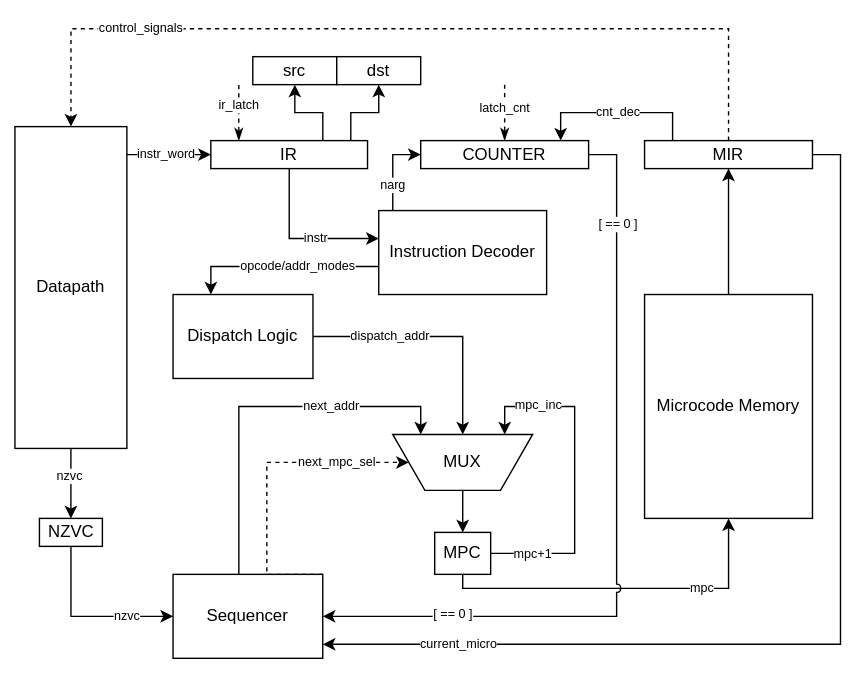
Before: scheme/csa_lab4_control_unit_scheme.svg, a diagram exported from draw.io (xtern0o/csa_lab4). Source tidied: cells renumbered, new cells last; positions are measured from the earlier drawing's top-left corner, leaving out a move shared by most shapes. The source it was exported from:
```xml
<mxGraphModel>
  <root>
    <mxCell id="0" />
    <mxCell id="1" parent="0" />
    <mxCell id="2" style="rounded=0;whiteSpace=wrap;html=1;fillColor=none;strokeColor=none;" parent="1" vertex="1">
      <mxGeometry width="610" height="480" as="geometry" />
    </mxCell>
    <mxCell id="3" style="edgeStyle=orthogonalEdgeStyle;rounded=0;jettySize=auto;html=1;" parent="1" edge="1" source="42" target="12">
      <mxGeometry relative="1" as="geometry">
        <Array as="points">
          <mxPoint x="206" y="170" />
        </Array>
      </mxGeometry>
    </mxCell>
    <mxCell id="4" value="instr" style="edgeLabel;html=1;align=center;verticalAlign=middle;fontSize=9;" parent="3" vertex="1">
      <mxGeometry x="0.2" relative="1" as="geometry" />
    </mxCell>
    <mxCell id="5" style="edgeStyle=orthogonalEdgeStyle;rounded=0;jettySize=auto;html=1;" parent="1" edge="1" source="7" target="32">
      <mxGeometry relative="1" as="geometry" />
    </mxCell>
    <mxCell id="6" value="nzvc" style="edgeLabel;html=1;align=center;verticalAlign=middle;fontSize=9;" parent="5" vertex="1">
      <mxGeometry x="-0.22" y="-1" relative="1" as="geometry" />
    </mxCell>
    <mxCell id="7" value="Datapath" style="rounded=0;whiteSpace=wrap;html=1;" parent="1" vertex="1">
      <mxGeometry x="10" y="90" width="80" height="230" as="geometry" />
    </mxCell>
    <mxCell id="8" style="edgeStyle=orthogonalEdgeStyle;rounded=0;jettySize=auto;html=1;" parent="1" edge="1" source="12" target="53">
      <mxGeometry relative="1" as="geometry">
        <Array as="points">
          <mxPoint x="150" y="190" />
        </Array>
      </mxGeometry>
    </mxCell>
    <mxCell id="9" value="opcode/addr_modes" style="edgeLabel;html=1;align=center;verticalAlign=middle;fontSize=9;" parent="8" vertex="1">
      <mxGeometry x="-0.17" relative="1" as="geometry" />
    </mxCell>
    <mxCell id="10" style="edgeStyle=orthogonalEdgeStyle;rounded=0;jettySize=auto;html=1;" parent="1" edge="1" source="12" target="46">
      <mxGeometry relative="1" as="geometry">
        <Array as="points">
          <mxPoint x="280" y="110" />
        </Array>
      </mxGeometry>
    </mxCell>
    <mxCell id="11" value="narg" style="edgeLabel;html=1;align=center;verticalAlign=middle;fontSize=9;" parent="10" vertex="1">
      <mxGeometry x="-0.47" y="1" relative="1" as="geometry">
        <mxPoint x="1" y="-2" as="offset" />
      </mxGeometry>
    </mxCell>
    <mxCell id="12" value="Instruction Decoder" style="rounded=0;whiteSpace=wrap;html=1;" parent="1" vertex="1">
      <mxGeometry x="270" y="150" width="120" height="60" as="geometry" />
    </mxCell>
    <mxCell id="13" style="edgeStyle=orthogonalEdgeStyle;rounded=0;jettySize=auto;html=1;" parent="1" edge="1" source="14" target="20">
      <mxGeometry relative="1" as="geometry" />
    </mxCell>
    <mxCell id="14" value="MUX" style="verticalLabelPosition=middle;verticalAlign=middle;html=1;shape=trapezoid;perimeter=trapezoidPerimeter;whiteSpace=wrap;size=0.23;arcSize=10;flipV=1;labelPosition=center;align=center;legacyAnchorPoints=0;direction=east;" parent="1" vertex="1">
      <mxGeometry x="280" y="310" width="100" height="40" as="geometry" />
    </mxCell>
    <mxCell id="15" style="edgeStyle=orthogonalEdgeStyle;rounded=0;jettySize=auto;html=1;" parent="1" edge="1" source="20" target="14">
      <mxGeometry relative="1" as="geometry">
        <Array as="points">
          <mxPoint x="410" y="395" />
          <mxPoint x="410" y="290" />
          <mxPoint x="360" y="290" />
        </Array>
      </mxGeometry>
    </mxCell>
    <mxCell id="16" value="mpc_inc" style="edgeLabel;html=1;align=center;verticalAlign=middle;fontSize=9;" parent="15" vertex="1">
      <mxGeometry x="0.65" relative="1" as="geometry">
        <mxPoint x="3" y="-1" as="offset" />
      </mxGeometry>
    </mxCell>
    <mxCell id="17" value="mpc+1" style="edgeLabel;html=1;align=center;verticalAlign=middle;fontSize=9;" parent="15" vertex="1">
      <mxGeometry x="-0.79" y="-1" relative="1" as="geometry">
        <mxPoint x="6" as="offset" />
      </mxGeometry>
    </mxCell>
    <mxCell id="18" style="edgeStyle=orthogonalEdgeStyle;rounded=0;jettySize=auto;html=1;" parent="1" edge="1" source="20" target="22">
      <mxGeometry relative="1" as="geometry">
        <Array as="points">
          <mxPoint x="330" y="420" />
          <mxPoint x="520" y="420" />
        </Array>
      </mxGeometry>
    </mxCell>
    <mxCell id="19" value="mpc" style="edgeLabel;html=1;align=center;verticalAlign=middle;fontSize=9;" parent="18" vertex="1">
      <mxGeometry relative="1" as="geometry">
        <mxPoint x="55" as="offset" />
      </mxGeometry>
    </mxCell>
    <mxCell id="20" value="MPC" style="rounded=0;whiteSpace=wrap;html=1;" parent="1" vertex="1">
      <mxGeometry x="310" y="380" width="40" height="30" as="geometry" />
    </mxCell>
    <mxCell id="21" style="edgeStyle=orthogonalEdgeStyle;rounded=0;jettySize=auto;html=1;" parent="1" edge="1" source="22" target="29">
      <mxGeometry relative="1" as="geometry" />
    </mxCell>
    <mxCell id="22" value="Microcode Memory" style="rounded=0;whiteSpace=wrap;html=1;" parent="1" vertex="1">
      <mxGeometry x="460" y="210" width="120" height="160" as="geometry" />
    </mxCell>
    <mxCell id="23" style="edgeStyle=orthogonalEdgeStyle;rounded=0;jettySize=auto;html=1;dashed=1;" parent="1" edge="1" source="29" target="7">
      <mxGeometry relative="1" as="geometry">
        <Array as="points">
          <mxPoint x="520" y="20" />
          <mxPoint x="50" y="20" />
        </Array>
      </mxGeometry>
    </mxCell>
    <mxCell id="24" value="control_signals" style="edgeLabel;html=1;align=center;verticalAlign=middle;fontSize=9;" parent="23" vertex="1">
      <mxGeometry x="0.77" relative="1" as="geometry">
        <mxPoint x="49" as="offset" />
      </mxGeometry>
    </mxCell>
    <mxCell id="25" style="edgeStyle=orthogonalEdgeStyle;rounded=0;jettySize=auto;html=1;" parent="1" edge="1" source="29" target="37">
      <mxGeometry relative="1" as="geometry">
        <Array as="points">
          <mxPoint x="600" y="110" />
          <mxPoint x="600" y="460" />
        </Array>
      </mxGeometry>
    </mxCell>
    <mxCell id="26" value="current_micro" style="edgeLabel;html=1;align=center;verticalAlign=middle;fontSize=9;" parent="25" vertex="1">
      <mxGeometry x="0.8" y="-1" relative="1" as="geometry">
        <mxPoint x="23" y="1" as="offset" />
      </mxGeometry>
    </mxCell>
    <mxCell id="27" style="edgeStyle=orthogonalEdgeStyle;rounded=0;jettySize=auto;html=1;" parent="1" edge="1" source="29" target="46">
      <mxGeometry relative="1" as="geometry">
        <Array as="points">
          <mxPoint x="480" y="80" />
          <mxPoint x="400" y="80" />
        </Array>
      </mxGeometry>
    </mxCell>
    <mxCell id="28" value="cnt_dec" style="edgeLabel;html=1;align=center;verticalAlign=middle;fontSize=9;" parent="27" vertex="1">
      <mxGeometry x="0.19" y="2" relative="1" as="geometry">
        <mxPoint x="12" y="-2" as="offset" />
      </mxGeometry>
    </mxCell>
    <mxCell id="29" value="MIR" style="rounded=0;whiteSpace=wrap;html=1;" parent="1" vertex="1">
      <mxGeometry x="460" y="100" width="120" height="20" as="geometry" />
    </mxCell>
    <mxCell id="30" style="edgeStyle=orthogonalEdgeStyle;rounded=0;jettySize=auto;html=1;" parent="1" edge="1" source="32" target="37">
      <mxGeometry relative="1" as="geometry">
        <Array as="points">
          <mxPoint x="50" y="440" />
        </Array>
      </mxGeometry>
    </mxCell>
    <mxCell id="31" value="nzvc" style="edgeLabel;html=1;align=center;verticalAlign=middle;fontSize=9;" parent="30" vertex="1">
      <mxGeometry x="0.59" y="2" relative="1" as="geometry">
        <mxPoint x="-8" y="2" as="offset" />
      </mxGeometry>
    </mxCell>
    <mxCell id="32" value="NZVC" style="rounded=0;whiteSpace=wrap;html=1;" parent="1" vertex="1">
      <mxGeometry x="27.5" y="370" width="45" height="20" as="geometry" />
    </mxCell>
    <mxCell id="33" style="edgeStyle=orthogonalEdgeStyle;rounded=0;jettySize=auto;html=1;" parent="1" edge="1" source="37" target="14">
      <mxGeometry relative="1" as="geometry">
        <Array as="points">
          <mxPoint x="170" y="290" />
          <mxPoint x="300" y="290" />
        </Array>
      </mxGeometry>
    </mxCell>
    <mxCell id="34" value="next_addr" style="edgeLabel;html=1;align=center;verticalAlign=middle;fontSize=9;" parent="33" vertex="1">
      <mxGeometry x="0.46" relative="1" as="geometry">
        <mxPoint x="-11" as="offset" />
      </mxGeometry>
    </mxCell>
    <mxCell id="35" style="edgeStyle=orthogonalEdgeStyle;rounded=0;jettySize=auto;html=1;dashed=1;" parent="1" edge="1" target="14">
      <mxGeometry relative="1" as="geometry">
        <mxPoint x="230" y="410" as="sourcePoint" />
        <Array as="points">
          <mxPoint x="190" y="410" />
          <mxPoint x="190" y="330" />
        </Array>
      </mxGeometry>
    </mxCell>
    <mxCell id="36" value="next_mpc_sel" style="edgeLabel;html=1;align=center;verticalAlign=middle;fontSize=9;" parent="35" vertex="1">
      <mxGeometry x="0.61" relative="1" as="geometry">
        <mxPoint x="-8" as="offset" />
      </mxGeometry>
    </mxCell>
    <mxCell id="37" value="Sequencer" style="rounded=0;whiteSpace=wrap;html=1;" parent="1" vertex="1">
      <mxGeometry x="123" y="410" width="107" height="60" as="geometry" />
    </mxCell>
    <mxCell id="38" style="edgeStyle=orthogonalEdgeStyle;rounded=0;jettySize=auto;html=1;" parent="1" edge="1" source="7" target="42">
      <mxGeometry relative="1" as="geometry">
        <Array as="points">
          <mxPoint x="130" y="110" />
          <mxPoint x="130" y="110" />
        </Array>
      </mxGeometry>
    </mxCell>
    <mxCell id="39" value="instr_word" style="edgeLabel;html=1;align=center;verticalAlign=middle;fontSize=9;" parent="38" vertex="1">
      <mxGeometry x="-0.07" relative="1" as="geometry" />
    </mxCell>
    <mxCell id="40" style="edgeStyle=orthogonalEdgeStyle;rounded=0;jettySize=auto;html=1;" parent="1" edge="1" source="42" target="54">
      <mxGeometry relative="1" as="geometry">
        <Array as="points">
          <mxPoint x="230" y="80" />
          <mxPoint x="210" y="80" />
        </Array>
      </mxGeometry>
    </mxCell>
    <mxCell id="41" style="edgeStyle=orthogonalEdgeStyle;rounded=0;jettySize=auto;html=1;" parent="1" edge="1" source="42" target="55">
      <mxGeometry relative="1" as="geometry">
        <Array as="points">
          <mxPoint x="250" y="80" />
          <mxPoint x="270" y="80" />
        </Array>
      </mxGeometry>
    </mxCell>
    <mxCell id="42" value="IR" style="rounded=0;whiteSpace=wrap;html=1;" parent="1" vertex="1">
      <mxGeometry x="150" y="100" width="112" height="20" as="geometry" />
    </mxCell>
    <mxCell id="43" style="edgeStyle=orthogonalEdgeStyle;rounded=0;jettySize=auto;html=1;jumpStyle=arc;" parent="1" edge="1" source="46" target="37">
      <mxGeometry relative="1" as="geometry">
        <Array as="points">
          <mxPoint x="440" y="110" />
          <mxPoint x="440" y="440" />
        </Array>
      </mxGeometry>
    </mxCell>
    <mxCell id="44" value="[ == 0 ]" style="edgeLabel;html=1;align=center;verticalAlign=middle;fontSize=9;" parent="43" vertex="1">
      <mxGeometry x="0.67" y="-1" relative="1" as="geometry" />
    </mxCell>
    <mxCell id="45" value="[ == 0 ]" style="edgeLabel;html=1;align=center;verticalAlign=middle;fontSize=9;" parent="43" vertex="1">
      <mxGeometry x="-0.75" y="1" relative="1" as="geometry" />
    </mxCell>
    <mxCell id="46" value="COUNTER" style="rounded=0;whiteSpace=wrap;html=1;" parent="1" vertex="1">
      <mxGeometry x="300" y="100" width="120" height="20" as="geometry" />
    </mxCell>
    <mxCell id="47" style="endArrow=classicThin;html=1;rounded=0;dashed=1;endFill=1;" parent="1" edge="1">
      <mxGeometry relative="1" as="geometry">
        <mxPoint x="360" y="60" as="sourcePoint" />
        <mxPoint x="360" y="100" as="targetPoint" />
      </mxGeometry>
    </mxCell>
    <mxCell id="48" value="latch_cnt" style="edgeLabel;html=1;align=center;verticalAlign=middle;fontSize=9;" parent="47" vertex="1">
      <mxGeometry x="-0.3" y="1" relative="1" as="geometry">
        <mxPoint x="-1" y="3" as="offset" />
      </mxGeometry>
    </mxCell>
    <mxCell id="49" style="endArrow=classicThin;html=1;rounded=0;dashed=1;endFill=1;" parent="1" edge="1">
      <mxGeometry relative="1" as="geometry">
        <mxPoint x="170" y="60.2" as="sourcePoint" />
        <mxPoint x="170" y="100" as="targetPoint" />
      </mxGeometry>
    </mxCell>
    <mxCell id="50" value="ir_latch" style="edgeLabel;html=1;align=center;verticalAlign=middle;fontSize=9;" parent="49" vertex="1">
      <mxGeometry x="-0.3" y="1" relative="1" as="geometry">
        <mxPoint x="-1" y="1" as="offset" />
      </mxGeometry>
    </mxCell>
    <mxCell id="51" style="edgeStyle=orthogonalEdgeStyle;rounded=0;jettySize=auto;html=1;" parent="1" edge="1" source="53" target="14">
      <mxGeometry relative="1" as="geometry">
        <Array as="points">
          <mxPoint x="330" y="240" />
        </Array>
      </mxGeometry>
    </mxCell>
    <mxCell id="52" value="dispatch_addr" style="edgeLabel;html=1;align=center;verticalAlign=middle;fontSize=9;" parent="51" vertex="1">
      <mxGeometry x="-0.52" relative="1" as="geometry">
        <mxPoint x="12" as="offset" />
      </mxGeometry>
    </mxCell>
    <mxCell id="53" value="Dispatch Logic" style="rounded=0;whiteSpace=wrap;html=1;" parent="1" vertex="1">
      <mxGeometry x="123" y="210" width="100" height="60" as="geometry" />
    </mxCell>
    <mxCell id="54" value="src" style="rounded=0;whiteSpace=wrap;html=1;" parent="1" vertex="1">
      <mxGeometry x="180" y="40" width="60" height="20" as="geometry" />
    </mxCell>
    <mxCell id="55" value="dst" style="rounded=0;whiteSpace=wrap;html=1;" parent="1" vertex="1">
      <mxGeometry x="240" y="40" width="60" height="20" as="geometry" />
    </mxCell>
  </root>
</mxGraphModel>
```
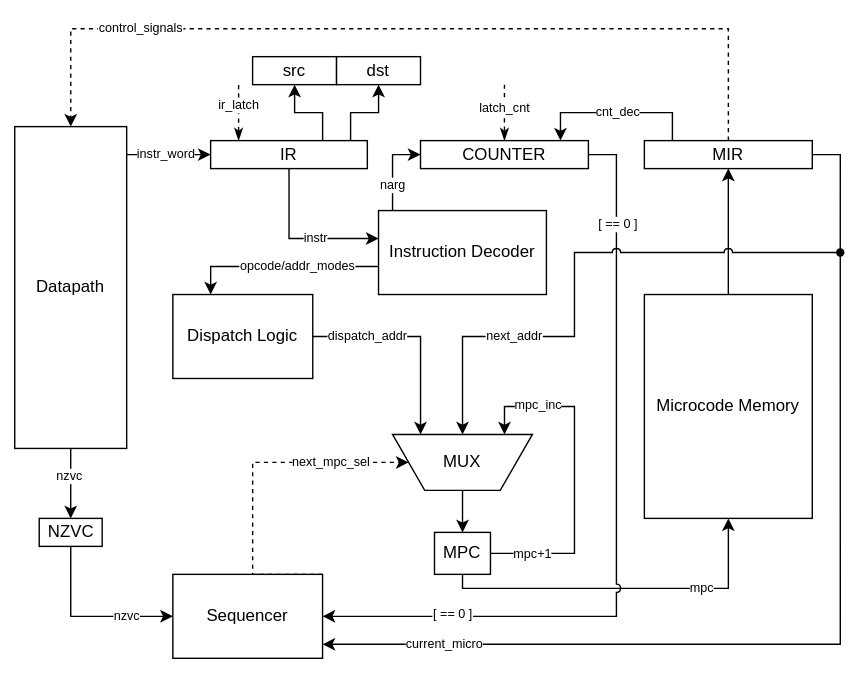
After the commit.

Commit message:
[feat] control unit scheme update

What changed in the source:
```diff
@@ -109,10 +109,9 @@
         <mxPoint x="49" as="offset" />
       </mxGeometry>
     </mxCell>
-    <mxCell id="25" style="edgeStyle=orthogonalEdgeStyle;rounded=0;jettySize=auto;html=1;" parent="1" edge="1" source="29" target="37">
+    <mxCell id="25" style="edgeStyle=orthogonalEdgeStyle;rounded=0;jettySize=auto;html=1;" parent="1" edge="1" source="58" target="37">
       <mxGeometry relative="1" as="geometry">
         <Array as="points">
-          <mxPoint x="600" y="110" />
           <mxPoint x="600" y="460" />
         </Array>
       </mxGeometry>
@@ -153,25 +152,12 @@
     <mxCell id="32" value="NZVC" style="rounded=0;whiteSpace=wrap;html=1;" parent="1" vertex="1">
       <mxGeometry x="27.5" y="370" width="45" height="20" as="geometry" />
     </mxCell>
-    <mxCell id="33" style="edgeStyle=orthogonalEdgeStyle;rounded=0;jettySize=auto;html=1;" parent="1" edge="1" source="37" target="14">
-      <mxGeometry relative="1" as="geometry">
-        <Array as="points">
-          <mxPoint x="170" y="290" />
-          <mxPoint x="300" y="290" />
-        </Array>
-      </mxGeometry>
-    </mxCell>
-    <mxCell id="34" value="next_addr" style="edgeLabel;html=1;align=center;verticalAlign=middle;fontSize=9;" parent="33" vertex="1">
-      <mxGeometry x="0.46" relative="1" as="geometry">
-        <mxPoint x="-11" as="offset" />
-      </mxGeometry>
-    </mxCell>
     <mxCell id="35" style="edgeStyle=orthogonalEdgeStyle;rounded=0;jettySize=auto;html=1;dashed=1;" parent="1" edge="1" target="14">
       <mxGeometry relative="1" as="geometry">
         <mxPoint x="230" y="410" as="sourcePoint" />
         <Array as="points">
-          <mxPoint x="190" y="410" />
-          <mxPoint x="190" y="330" />
+          <mxPoint x="180" y="410" />
+          <mxPoint x="180" y="330" />
         </Array>
       </mxGeometry>
     </mxCell>
@@ -255,13 +241,13 @@
     <mxCell id="51" style="edgeStyle=orthogonalEdgeStyle;rounded=0;jettySize=auto;html=1;" parent="1" edge="1" source="53" target="14">
       <mxGeometry relative="1" as="geometry">
         <Array as="points">
-          <mxPoint x="330" y="240" />
+          <mxPoint x="300" y="240" />
         </Array>
       </mxGeometry>
     </mxCell>
     <mxCell id="52" value="dispatch_addr" style="edgeLabel;html=1;align=center;verticalAlign=middle;fontSize=9;" parent="51" vertex="1">
       <mxGeometry x="-0.52" relative="1" as="geometry">
-        <mxPoint x="12" as="offset" />
+        <mxPoint x="3" as="offset" />
       </mxGeometry>
     </mxCell>
     <mxCell id="53" value="Dispatch Logic" style="rounded=0;whiteSpace=wrap;html=1;" parent="1" vertex="1">
@@ -273,5 +259,27 @@
     <mxCell id="55" value="dst" style="rounded=0;whiteSpace=wrap;html=1;" parent="1" vertex="1">
       <mxGeometry x="240" y="40" width="60" height="20" as="geometry" />
     </mxCell>
+    <mxCell id="56" style="edgeStyle=orthogonalEdgeStyle;rounded=0;jettySize=auto;html=1;endArrow=none;endFill=0;" parent="1" edge="1" source="29" target="58">
+      <mxGeometry relative="1" as="geometry">
+        <Array as="points">
+          <mxPoint x="600" y="110" />
+        </Array>
+      </mxGeometry>
+    </mxCell>
+    <mxCell id="57" style="edgeStyle=orthogonalEdgeStyle;rounded=0;jettySize=auto;html=1;jumpStyle=arc;" parent="1" edge="1" source="58" target="14">
+      <mxGeometry relative="1" as="geometry">
+        <Array as="points">
+          <mxPoint x="410" y="180" />
+          <mxPoint x="410" y="240" />
+          <mxPoint x="330" y="240" />
+        </Array>
+      </mxGeometry>
+    </mxCell>
+    <mxCell id="34" value="next_addr" style="edgeLabel;html=1;align=center;verticalAlign=middle;fontSize=9;" parent="57" vertex="1">
+      <mxGeometry x="0.47" relative="1" as="geometry" />
+    </mxCell>
+    <mxCell id="58" style="shape=waypoint;sketch=0;fillStyle=solid;size=6;points=[];fillColor=none;perimeter=centerPerimeter;snapToPoint=1;" parent="1" vertex="1">
+      <mxGeometry x="590" y="170" width="20" height="20" as="geometry" />
+    </mxCell>
   </root>
 </mxGraphModel>
```
